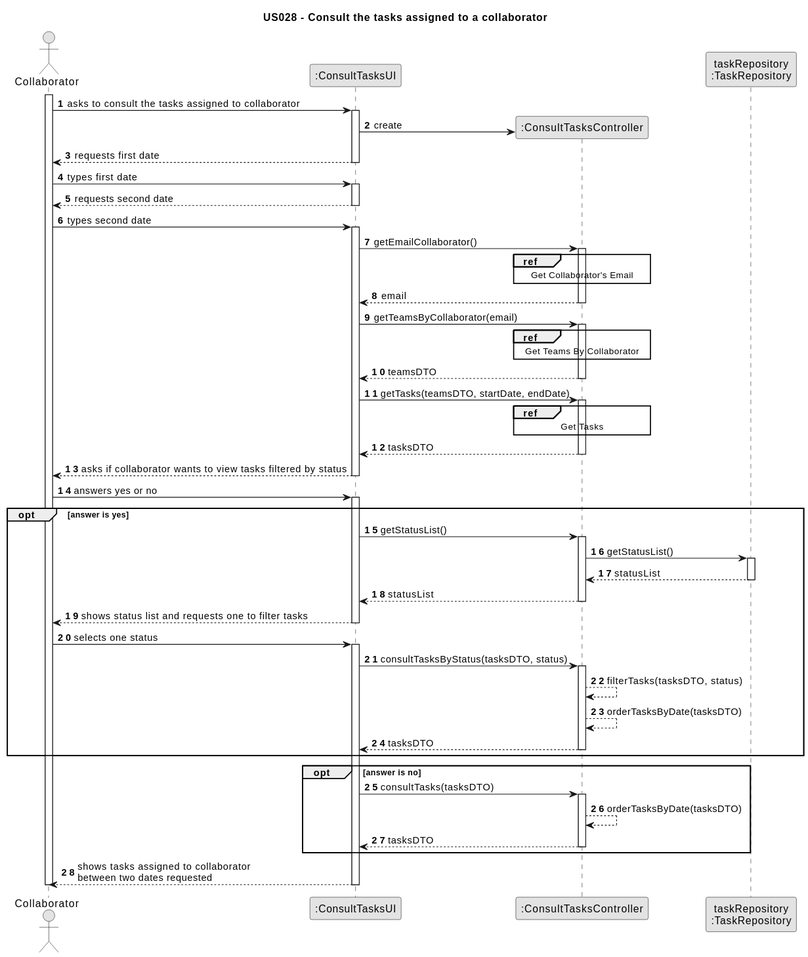
Before: docs/sprintC/us028/03.design/svg/us028-sequence-diagram-split.svg, a diagram exported from PlantUML (Departamento-de-Engenharia-Informatica/lei-24-s2-1dm-g132).
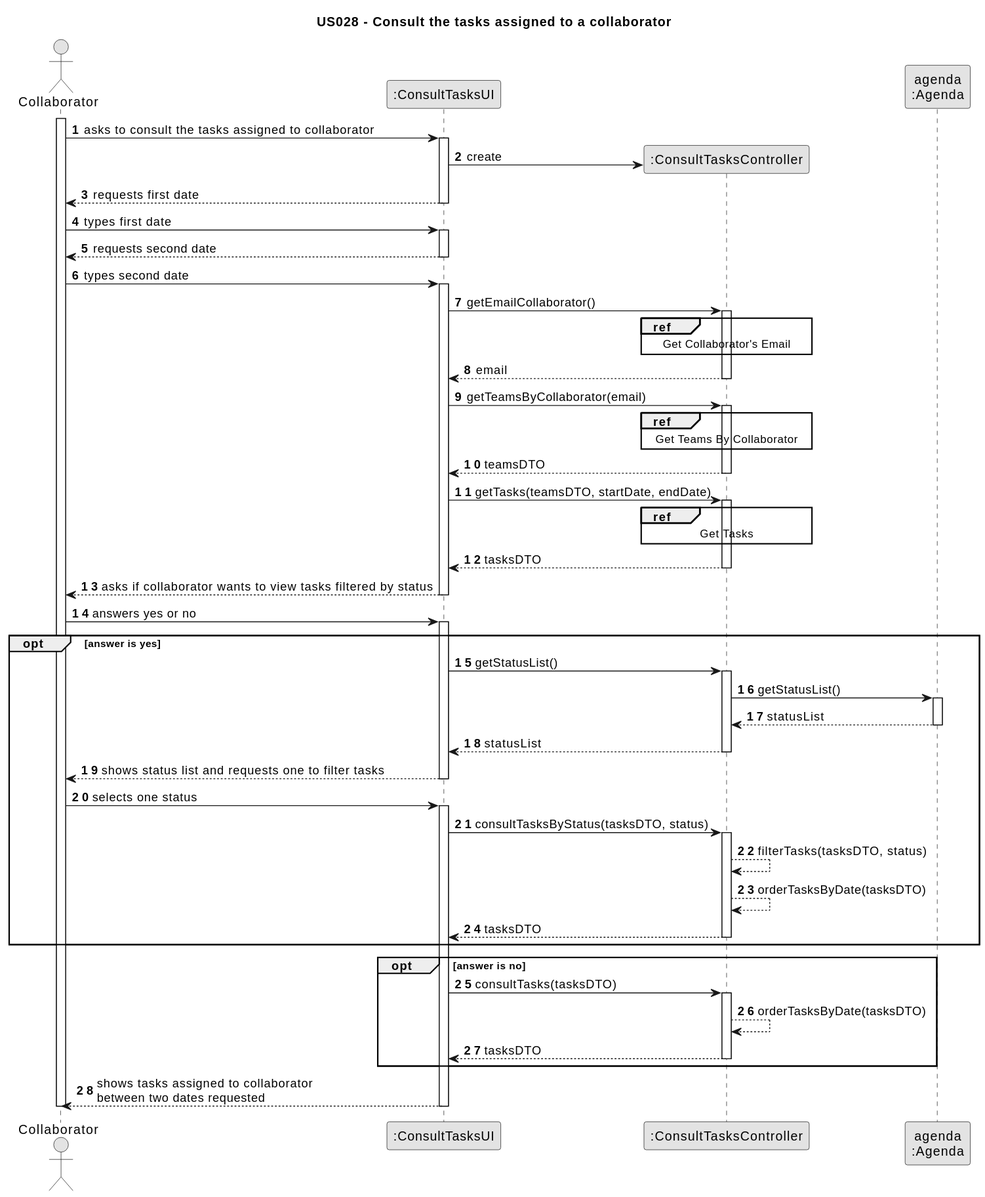
After the commit.

The edit, as a diff of the source:
```diff
@@ -10,7 +10,7 @@
 actor "Collaborator" as Employee
 participant ":ConsultTasksUI" as UI
 participant ":ConsultTasksController" as CTRL
-participant "taskRepository\n:TaskRepository" as TaskRepository
+participant "agenda\n:Agenda" as Agenda
 
 activate Employee
 
@@ -71,11 +71,11 @@
         UI -> CTRL : getStatusList()
         activate CTRL
 
-        CTRL -> TaskRepository : getStatusList()
-        activate TaskRepository
+        CTRL -> Agenda : getStatusList()
+        activate Agenda
 
-        TaskRepository --> CTRL : statusList
-        deactivate TaskRepository
+        Agenda --> CTRL : statusList
+        deactivate Agenda
 
         CTRL --> UI : statusList
         deactivate CTRL
```
